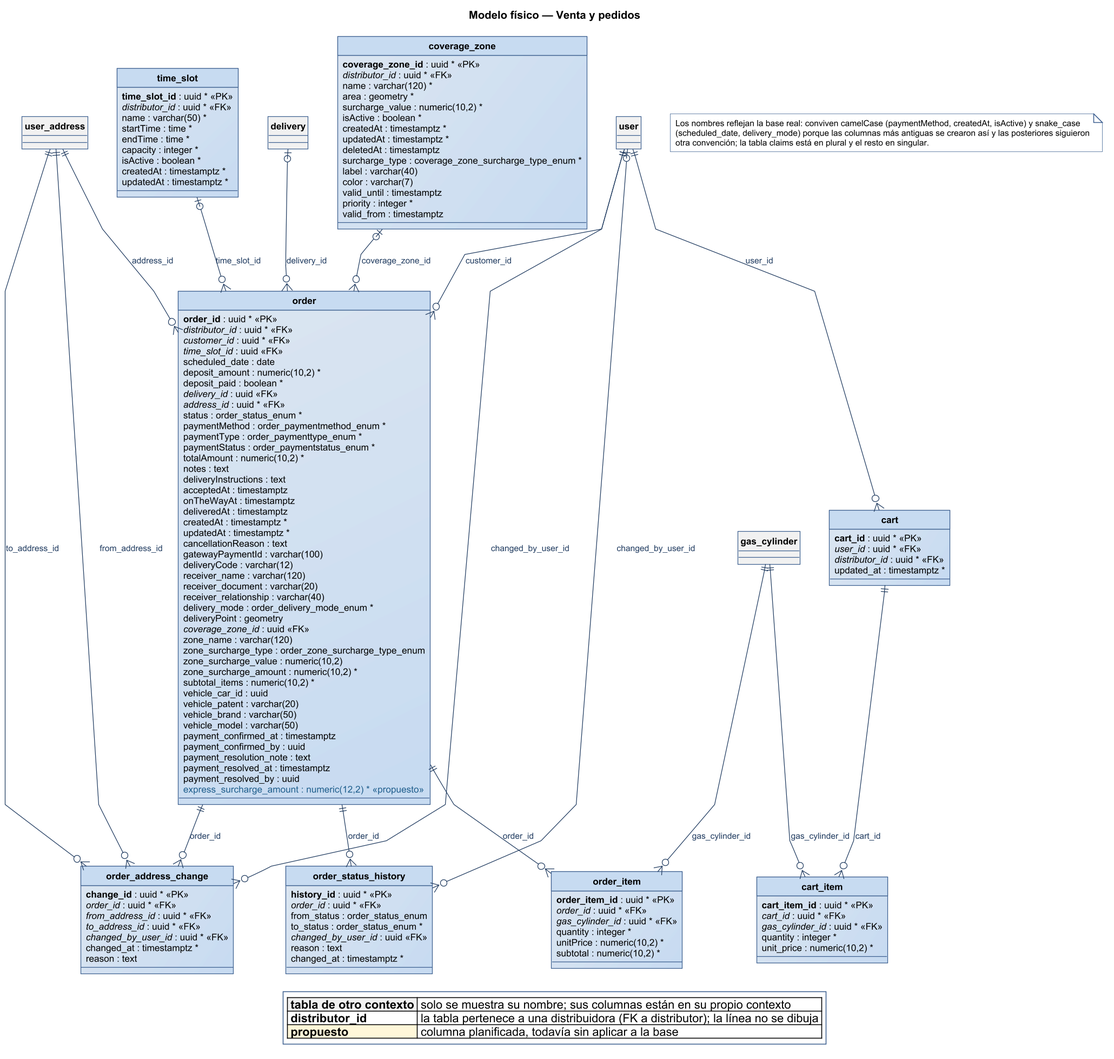
Earlier version of the PlantUML export diagramas/base-de-datos/fisico/SPLG-fisico-04-venta-y-pedidos.png (Nahuelito-Dev/splg-docs).
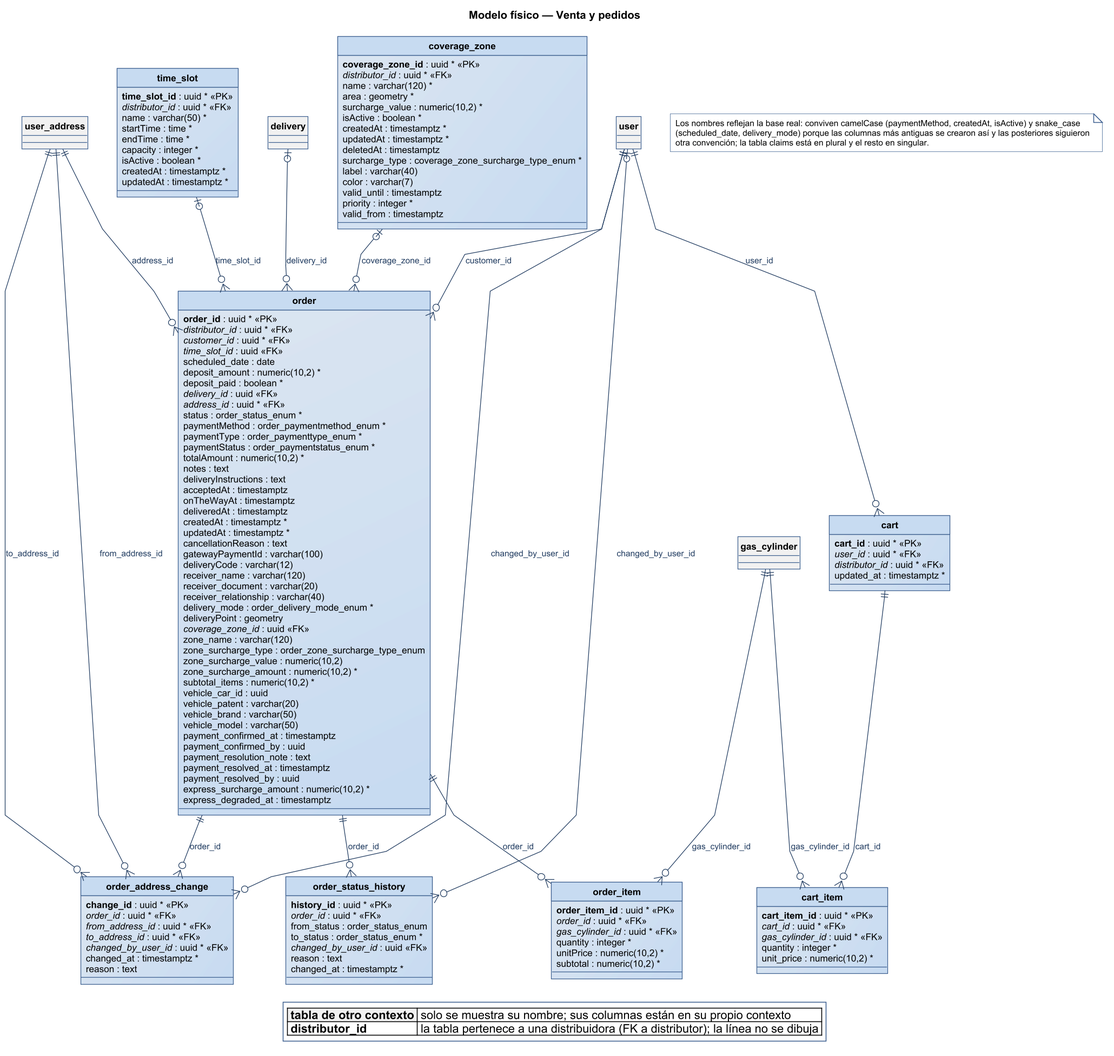
Above is the later version.

Change to the diagram source:
```diff
@@ -104,7 +104,8 @@
   {field} payment_resolution_note : text
   {field} payment_resolved_at : timestamptz
   {field} payment_resolved_by : uuid
-  {field} <color:#1F5E8C>express_surcharge_amount : numeric(12,2) * <<propuesto>></color>
+  {field} express_surcharge_amount : numeric(10,2) *
+  {field} express_degraded_at : timestamptz
 }
 entity "order_address_change" as e_order_address_change {
   {field} **change_id** : uuid * <<PK>>
@@ -161,7 +162,6 @@
 legend bottom
 |<#F1F1F1> **tabla de otro contexto** | solo se muestra su nombre; sus columnas están en su propio contexto |
 |<#FFFFFF> **distributor_id** | la tabla pertenece a una distribuidora (FK a distributor); la línea no se dibuja |
-|<#FFF6D9> **propuesto** | columna planificada, todavía sin aplicar a la base |
 endlegend
 note as N
   Los nombres reflejan la base real: conviven camelCase (paymentMethod, createdAt, isActive) y snake_case
```
